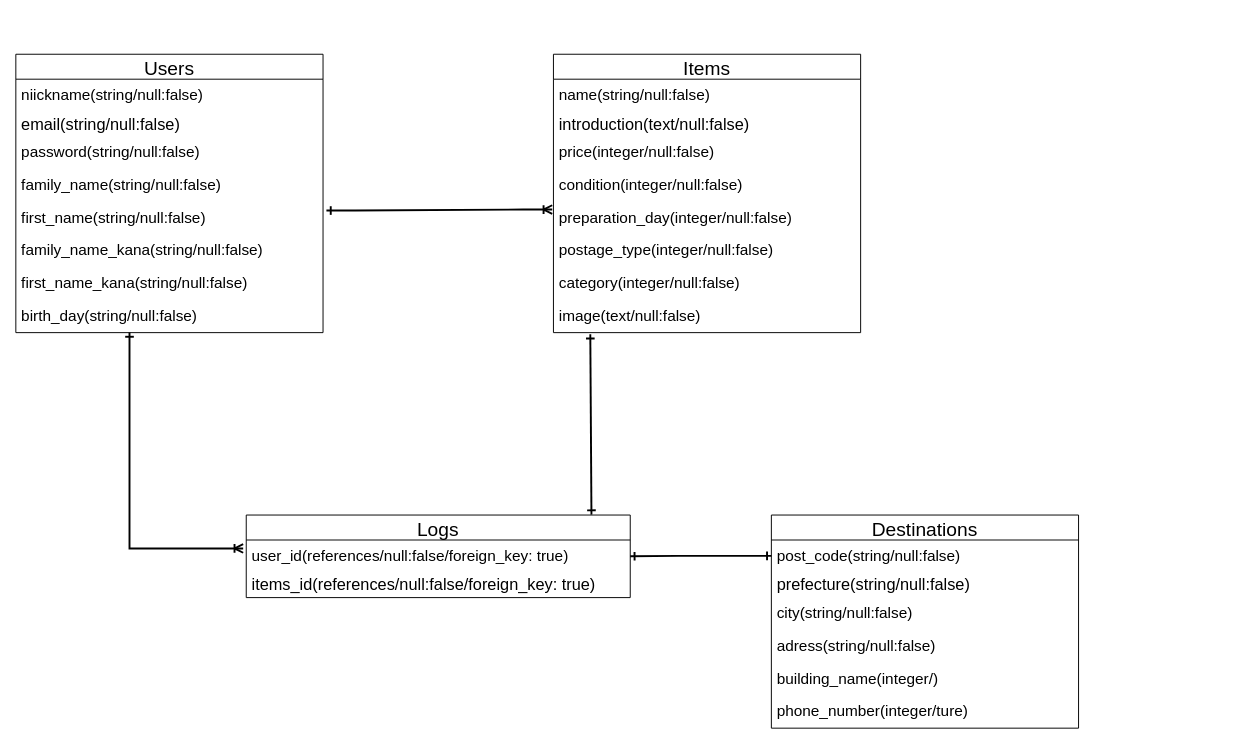
This is datebase.dio from RRS1107/furima-38199, a draw.io file, before an edit. Source tidied: cells renumbered, new cells numbered last; positions are measured from the earlier drawing's top-left corner, leaving out a move shared by most shapes. Both pictures are drawn from the tidied source at 96%, with x=0, y=0 at pixel (15, 54).
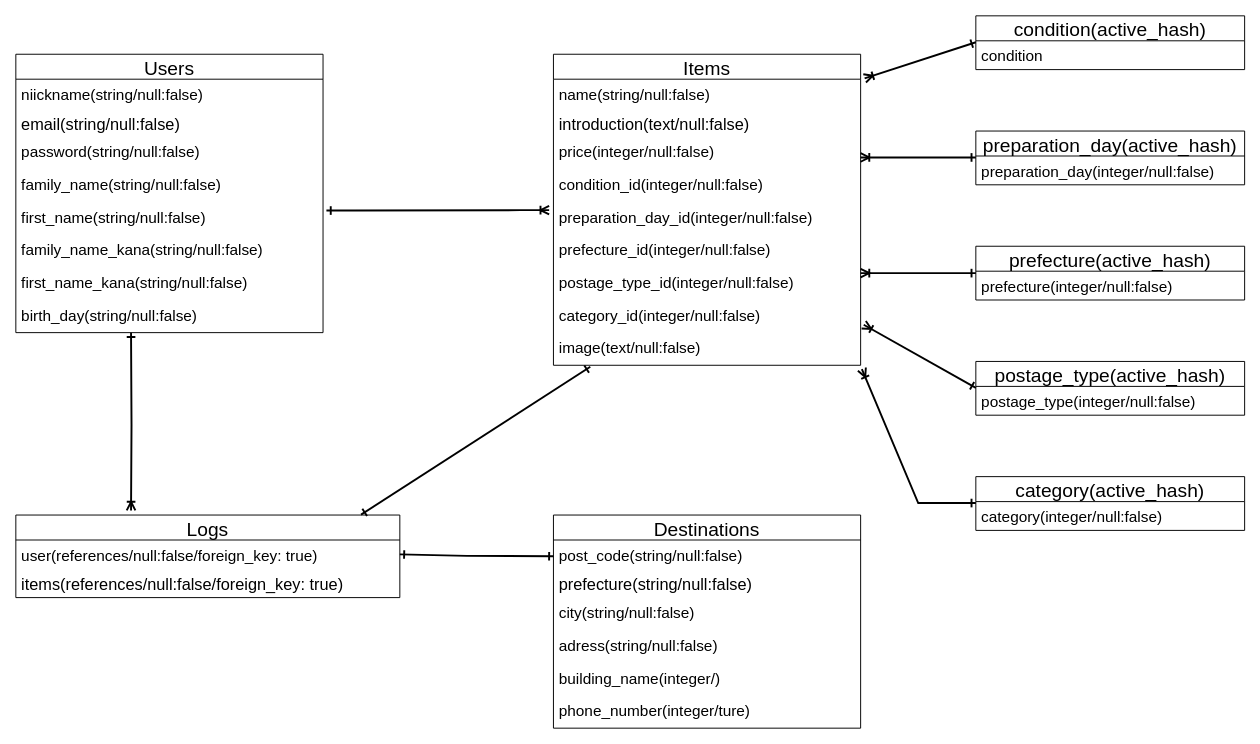
The same diagram, later.

Unchanged cells that the change refers to:
```xml
<mxCell id="7" value="first_name(string/null:false)&#10;" style="text;strokeColor=none;fillColor=none;spacingLeft=4;spacingRight=4;overflow=hidden;points=[[0,0.5],[1,0.5]];portConstraint=eastwest;fontSize=16;" parent="2" vertex="1">
  <mxGeometry y="154" width="320" height="34" as="geometry" />
</mxCell>
<mxCell id="10" value="birth_day(string/null:false)&#10;" style="text;strokeColor=none;fillColor=none;spacingLeft=4;spacingRight=4;overflow=hidden;points=[[0,0.5],[1,0.5]];portConstraint=eastwest;fontSize=16;" parent="2" vertex="1">
  <mxGeometry y="256" width="320" height="34" as="geometry" />
</mxCell>
<mxCell id="12" value="name(string/null:false)&#10;" style="text;strokeColor=none;fillColor=none;spacingLeft=4;spacingRight=4;overflow=hidden;points=[[0,0.5],[1,0.5]];portConstraint=eastwest;fontSize=16;labelBackgroundColor=none;" parent="11" vertex="1">
  <mxGeometry y="26" width="320" height="30" as="geometry" />
</mxCell>
```

The edit, as a diff of the source:
```diff
@@
     <mxCell id="11" value="Items" style="swimlane;fontStyle=0;horizontal=1;startSize=26;align=center;fontSize=20;fillColor=none;" parent="1" vertex="1">
-      <mxGeometry x="560" width="320" height="290" as="geometry" />
+      <mxGeometry x="560" width="320" height="324" as="geometry" />
     </mxCell>
@@
-    <mxCell id="15" value="condition(integer/null:false)&#10;" style="text;strokeColor=none;fillColor=none;spacingLeft=4;spacingRight=4;overflow=hidden;fontSize=16;" parent="11" vertex="1">
+    <mxCell id="15" value="condition_id(integer/null:false)&#10;" style="text;strokeColor=none;fillColor=none;spacingLeft=4;spacingRight=4;overflow=hidden;fontSize=16;" parent="11" vertex="1">
       <mxGeometry y="120" width="320" height="34" as="geometry" />
     </mxCell>
+    <mxCell id="34" value="preparation_day_id(integer/null:false)&#10;" style="text;strokeColor=none;fillColor=none;spacingLeft=4;spacingRight=4;overflow=hidden;points=[[0,0.5],[1,0.5]];portConstraint=eastwest;fontSize=16;" parent="11" vertex="1">
+      <mxGeometry y="154" width="320" height="34" as="geometry" />
+    </mxCell>
-    <mxCell id="16" value="preparation_day(integer/null:false)&#10;" style="text;strokeColor=none;fillColor=none;spacingLeft=4;spacingRight=4;overflow=hidden;points=[[0,0.5],[1,0.5]];portConstraint=eastwest;fontSize=16;" parent="11" vertex="1">
-      <mxGeometry y="154" width="320" height="34" as="geometry" />
+    <mxCell id="16" value="prefecture_id(integer/null:false)&#10;" style="text;strokeColor=none;fillColor=none;spacingLeft=4;spacingRight=4;overflow=hidden;points=[[0,0.5],[1,0.5]];portConstraint=eastwest;fontSize=16;" parent="11" vertex="1">
+      <mxGeometry y="188" width="320" height="34" as="geometry" />
     </mxCell>
-    <mxCell id="17" value="postage_type(integer/null:false)&#10;" style="text;strokeColor=none;fillColor=none;spacingLeft=4;spacingRight=4;overflow=hidden;fontSize=16;" parent="11" vertex="1">
-      <mxGeometry y="188" width="320" height="34" as="geometry" />
+    <mxCell id="17" value="postage_type_id(integer/null:false)&#10;" style="text;strokeColor=none;fillColor=none;spacingLeft=4;spacingRight=4;overflow=hidden;fontSize=16;" parent="11" vertex="1">
+      <mxGeometry y="222" width="320" height="34" as="geometry" />
     </mxCell>
-    <mxCell id="18" value="category(integer/null:false)&#10;" style="text;strokeColor=none;fillColor=none;spacingLeft=4;spacingRight=4;overflow=hidden;points=[[0,0.5],[1,0.5]];portConstraint=eastwest;fontSize=16;" parent="11" vertex="1">
-      <mxGeometry y="222" width="320" height="34" as="geometry" />
+    <mxCell id="18" value="category_id(integer/null:false)&#10;" style="text;strokeColor=none;fillColor=none;spacingLeft=4;spacingRight=4;overflow=hidden;points=[[0,0.5],[1,0.5]];portConstraint=eastwest;fontSize=16;" parent="11" vertex="1">
+      <mxGeometry y="256" width="320" height="34" as="geometry" />
     </mxCell>
     <mxCell id="19" value="image(text/null:false)&#10;" style="text;strokeColor=none;fillColor=none;spacingLeft=4;spacingRight=4;overflow=hidden;points=[[0,0.5],[1,0.5]];portConstraint=eastwest;fontSize=16;" parent="11" vertex="1">
-      <mxGeometry y="256" width="320" height="34" as="geometry" />
+      <mxGeometry y="290" width="320" height="34" as="geometry" />
     </mxCell>
     <mxCell id="20" value="Logs" style="swimlane;fontStyle=0;horizontal=1;startSize=26;align=center;fontSize=20;fillColor=none;" parent="1" vertex="1">
-      <mxGeometry x="240" y="480" width="400" height="86" as="geometry" />
+      <mxGeometry y="480" width="400" height="86" as="geometry" />
     </mxCell>
-    <mxCell id="21" value="user_id(references/null:false/foreign_key: true)&#10;" style="text;strokeColor=none;fillColor=none;spacingLeft=4;spacingRight=4;overflow=hidden;points=[[0,0.5],[1,0.5]];portConstraint=eastwest;fontSize=16;labelBackgroundColor=none;" parent="20" vertex="1">
+    <mxCell id="21" value="user(references/null:false/foreign_key: true)&#10;" style="text;strokeColor=none;fillColor=none;spacingLeft=4;spacingRight=4;overflow=hidden;points=[[0,0.5],[1,0.5]];portConstraint=eastwest;fontSize=16;labelBackgroundColor=none;" parent="20" vertex="1">
       <mxGeometry y="26" width="400" height="30" as="geometry" />
     </mxCell>
-    <mxCell id="22" style="endArrow=ERone;html=1;rounded=0;fontSize=19;strokeWidth=2;jumpSize=12;startArrow=ERone;startFill=0;endFill=0;" parent="20" edge="1">
-      <mxGeometry relative="1" as="geometry">
-        <mxPoint x="400" y="43" as="sourcePoint" />
-        <mxPoint x="547" y="42.5" as="targetPoint" />
-        <Array as="points">
-          <mxPoint x="450" y="42.5" />
-        </Array>
-      </mxGeometry>
-    </mxCell>
-    <mxCell id="23" value="items_id(references/null:false/foreign_key: true)" style="text;strokeColor=none;fillColor=none;spacingLeft=4;spacingRight=4;overflow=hidden;fontSize=17;" parent="20" vertex="1">
+    <mxCell id="23" value="items(references/null:false/foreign_key: true)" style="text;strokeColor=none;fillColor=none;spacingLeft=4;spacingRight=4;overflow=hidden;fontSize=17;" parent="20" vertex="1">
       <mxGeometry y="56" width="400" height="30" as="geometry" />
     </mxCell>
     <mxCell id="24" value="Destinations" style="swimlane;fontStyle=0;horizontal=1;startSize=26;align=center;fontSize=20;fillColor=none;" parent="1" vertex="1">
-      <mxGeometry x="787" y="480" width="320" height="222" as="geometry" />
+      <mxGeometry x="560" y="480" width="320" height="222" as="geometry" />
     </mxCell>
@@
-    <mxCell id="31" style="edgeStyle=entityRelationEdgeStyle;fontSize=12;html=1;endArrow=ERoneToMany;rounded=0;strokeWidth=2;jumpSize=12;exitX=1.011;exitY=0.259;exitDx=0;exitDy=0;exitPerimeter=0;entryX=-0.004;entryY=0.229;entryDx=0;entryDy=0;entryPerimeter=0;startArrow=ERone;startFill=0;" parent="1" edge="1" source="7" target="16">
+    <mxCell id="31" style="edgeStyle=entityRelationEdgeStyle;fontSize=12;html=1;endArrow=ERoneToMany;rounded=0;strokeWidth=2;jumpSize=12;exitX=1.011;exitY=0.259;exitDx=0;exitDy=0;exitPerimeter=0;entryX=-0.014;entryY=0.247;entryDx=0;entryDy=0;entryPerimeter=0;startArrow=ERone;startFill=0;" parent="1" edge="1" source="7" target="34">
       <mxGeometry relative="1" as="geometry" />
     </mxCell>
-    <mxCell id="32" style="edgeStyle=orthogonalEdgeStyle;fontSize=12;html=1;endArrow=ERoneToMany;rounded=0;strokeWidth=2;jumpSize=12;startArrow=ERone;startFill=0;entryX=-0.008;entryY=0.293;entryDx=0;entryDy=0;entryPerimeter=0;exitX=0.37;exitY=0.994;exitDx=0;exitDy=0;exitPerimeter=0;" parent="1" edge="1" source="10" target="21">
-      <mxGeometry relative="1" as="geometry" />
+    <mxCell id="32" style="edgeStyle=orthogonalEdgeStyle;fontSize=12;html=1;endArrow=ERoneToMany;rounded=0;strokeWidth=2;jumpSize=12;startArrow=ERone;startFill=0;entryX=0.3;entryY=-0.056;entryDx=0;entryDy=0;entryPerimeter=0;" parent="1" edge="1" target="20">
+      <mxGeometry relative="1" as="geometry">
+        <mxPoint x="120" y="290" as="sourcePoint" />
+      </mxGeometry>
     </mxCell>
@@
+    <mxCell id="22" style="endArrow=ERone;html=1;rounded=0;fontSize=19;strokeWidth=2;jumpSize=12;startArrow=ERone;startFill=0;endFill=0;exitX=1;exitY=0.5;exitDx=0;exitDy=0;" parent="1" edge="1" source="21">
+      <mxGeometry relative="1" as="geometry">
+        <mxPoint x="560" y="523" as="targetPoint" />
+        <Array as="points">
+          <mxPoint x="470" y="522.5" />
+        </Array>
+      </mxGeometry>
+    </mxCell>
+    <mxCell id="35" value="condition(active_hash)" style="swimlane;fontStyle=0;horizontal=1;startSize=26;align=center;fontSize=20;" parent="1" vertex="1">
+      <mxGeometry x="1000" y="-40" width="280" height="56" as="geometry" />
+    </mxCell>
+    <mxCell id="36" value="condition" style="text;strokeColor=none;fillColor=none;spacingLeft=4;spacingRight=4;overflow=hidden;fontSize=16;" parent="35" vertex="1">
+      <mxGeometry y="26" width="280" height="30" as="geometry" />
+    </mxCell>
+    <mxCell id="37" value="preparation_day(active_hash)" style="swimlane;fontStyle=0;horizontal=1;startSize=26;align=center;fontSize=20;" parent="1" vertex="1">
+      <mxGeometry x="1000" y="80" width="280" height="56" as="geometry" />
+    </mxCell>
+    <mxCell id="38" value="preparation_day(integer/null:false)" style="text;strokeColor=none;fillColor=none;spacingLeft=4;spacingRight=4;overflow=hidden;fontSize=16;" parent="37" vertex="1">
+      <mxGeometry y="26" width="280" height="30" as="geometry" />
+    </mxCell>
+    <mxCell id="39" value="prefecture(active_hash)" style="swimlane;fontStyle=0;horizontal=1;startSize=26;align=center;fontSize=20;" parent="1" vertex="1">
+      <mxGeometry x="1000" y="200" width="280" height="56" as="geometry" />
+    </mxCell>
+    <mxCell id="40" value="prefecture(integer/null:false)" style="text;strokeColor=none;fillColor=none;spacingLeft=4;spacingRight=4;overflow=hidden;fontSize=16;" parent="39" vertex="1">
+      <mxGeometry y="26" width="280" height="30" as="geometry" />
+    </mxCell>
+    <mxCell id="41" value="postage_type(active_hash)" style="swimlane;fontStyle=0;horizontal=1;startSize=26;align=center;fontSize=20;" parent="1" vertex="1">
+      <mxGeometry x="1000" y="320" width="280" height="56" as="geometry" />
+    </mxCell>
+    <mxCell id="42" value="postage_type(integer/null:false)" style="text;strokeColor=none;fillColor=none;spacingLeft=4;spacingRight=4;overflow=hidden;fontSize=16;" parent="41" vertex="1">
+      <mxGeometry y="26" width="280" height="30" as="geometry" />
+    </mxCell>
+    <mxCell id="43" value="category(active_hash)" style="swimlane;fontStyle=0;horizontal=1;startSize=26;align=center;fontSize=20;" parent="1" vertex="1">
+      <mxGeometry x="1000" y="440" width="280" height="56" as="geometry" />
+    </mxCell>
+    <mxCell id="44" value="category(integer/null:false)" style="text;strokeColor=none;fillColor=none;spacingLeft=4;spacingRight=4;overflow=hidden;fontSize=16;" parent="43" vertex="1">
+      <mxGeometry y="26" width="280" height="30" as="geometry" />
+    </mxCell>
+    <mxCell id="45" style="endArrow=ERone;html=1;rounded=0;fontSize=16;startArrow=ERoneToMany;startFill=0;endFill=0;strokeWidth=2;" parent="1" edge="1">
+      <mxGeometry relative="1" as="geometry">
+        <mxPoint x="880" y="228" as="sourcePoint" />
+        <mxPoint x="1000" y="228" as="targetPoint" />
+      </mxGeometry>
+    </mxCell>
+    <mxCell id="46" style="endArrow=ERone;html=1;rounded=0;fontSize=16;startArrow=ERoneToMany;startFill=0;endFill=0;strokeWidth=2;exitX=1.004;exitY=1.118;exitDx=0;exitDy=0;exitPerimeter=0;" parent="1" edge="1" source="19">
+      <mxGeometry relative="1" as="geometry">
+        <mxPoint x="1000" y="467.5" as="targetPoint" />
+        <Array as="points">
+          <mxPoint x="940" y="467.5" />
+        </Array>
+      </mxGeometry>
+    </mxCell>
+    <mxCell id="47" style="endArrow=ERone;html=1;rounded=0;fontSize=16;startArrow=ERoneToMany;startFill=0;endFill=0;strokeWidth=2;exitX=1.01;exitY=0.759;exitDx=0;exitDy=0;exitPerimeter=0;" parent="1" edge="1" source="18">
+      <mxGeometry relative="1" as="geometry">
+        <mxPoint x="1000" y="347.5" as="targetPoint" />
+      </mxGeometry>
+    </mxCell>
+    <mxCell id="48" style="endArrow=ERone;html=1;rounded=0;fontSize=16;startArrow=ERoneToMany;startFill=0;endFill=0;strokeWidth=2;" parent="1" edge="1">
+      <mxGeometry relative="1" as="geometry">
+        <mxPoint x="880" y="107.5" as="sourcePoint" />
+        <mxPoint x="1000" y="107.5" as="targetPoint" />
+      </mxGeometry>
+    </mxCell>
+    <mxCell id="49" style="endArrow=ERone;html=1;rounded=0;fontSize=16;startArrow=ERoneToMany;startFill=0;endFill=0;strokeWidth=2;exitX=1.013;exitY=-0.027;exitDx=0;exitDy=0;exitPerimeter=0;" parent="1" edge="1" source="12">
+      <mxGeometry relative="1" as="geometry">
+        <mxPoint x="1000" y="-12.5" as="targetPoint" />
+      </mxGeometry>
+    </mxCell>
```
